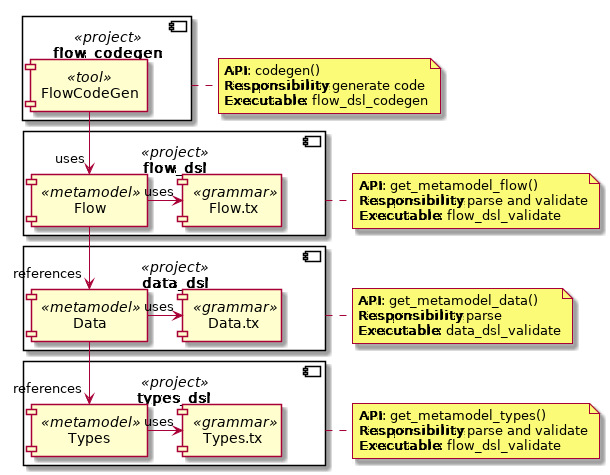
Before: examples/multimetamodel/images/types_data_flow_01.png, a diagram exported from PlantUML (textX/textX-LS). Its diagram source:
```plantuml
@startuml

component types_dsl <<project>> {
	component Types <<metamodel>> as Types
	component Types.tx <<grammar>> as TypesG
}
note as TypesNote
**API**: get_metamodel_types()
**Responsibility**: parse and validate
**Executable**: flow_dsl_validate
end note

component data_dsl <<project>> {
	component Data <<metamodel>> as Data
	component Data.tx <<grammar>> as DataG
}
note as DataNote
**API**: get_metamodel_data()
**Responsibility**: parse
**Executable**: data_dsl_validate
end note

component flow_dsl <<project>> {
	component Flow <<metamodel>> as Flow
	component Flow.tx <<grammar>> as FlowG
}
note as FlowNote
**API**: get_metamodel_flow()
**Responsibility**: parse and validate
**Executable**: flow_dsl_validate
end note

component flow_codegen <<project>> {
	component FlowCodeGen <<tool>> as FlowCodeGen
}
note as FlowCodeGenNote
**API**: codegen()
**Responsibility**: generate code
**Executable**: flow_dsl_codegen
end note


types_dsl . TypesNote
data_dsl . DataNote
flow_dsl . FlowNote
flow_codegen . FlowCodeGenNote

Data --> "references" Types
Flow --> "references" Data

Types -> "uses" TypesG
Data -> "uses" DataG
Flow -> "uses" FlowG
FlowCodeGen --> "uses" Flow

@enduml
```
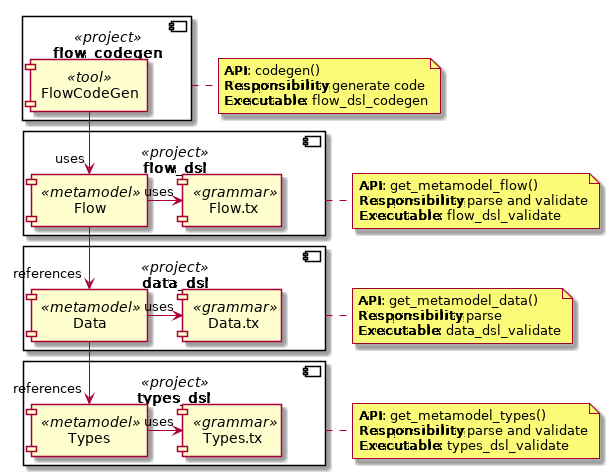
The same file after the commit.

Diff of the diagram source:
```diff
@@ -7,7 +7,7 @@
 note as TypesNote
 **API**: get_metamodel_types()
 **Responsibility**: parse and validate
-**Executable**: flow_dsl_validate
+**Executable**: types_dsl_validate
 end note
 
 component data_dsl <<project>> {
```
